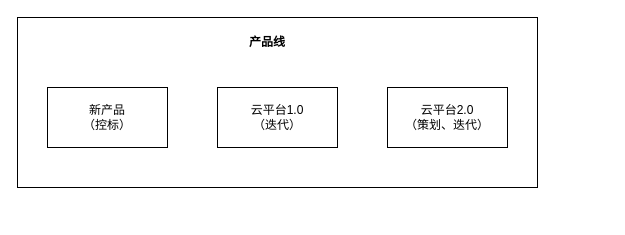
This is page "每个月的规划" (6 of 6) of diagrams/里程.drawio from dengyulong/PublicStore, a draw.io file, before an edit. Source tidied: cells renumbered, new cells numbered last; positions are measured from the earlier drawing's top-left corner, leaving out a move shared by most shapes. Both pictures are drawn from the tidied source at 100%, with x=0, y=0 at pixel (17, 17).
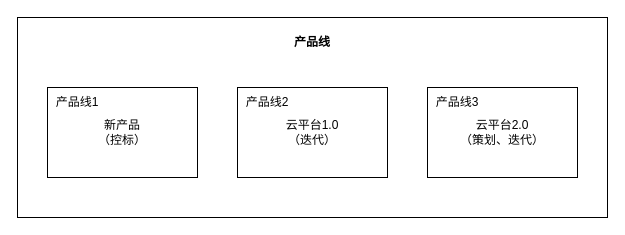
The same page after the edit.

Change to the diagram source:
```diff
@@
 <mxGraphModel>
   <root>
     <mxCell id="0" />
     <mxCell id="1" parent="0" />
     <mxCell id="2" style="rounded=0;whiteSpace=wrap;html=1;" parent="1" vertex="1">
-      <mxGeometry width="520" height="170" as="geometry" />
+      <mxGeometry width="590" height="200" as="geometry" />
     </mxCell>
     <mxCell id="3" value="新产品&lt;br&gt;（控标）" style="rounded=0;whiteSpace=wrap;html=1;" parent="1" vertex="1">
-      <mxGeometry x="30" y="70" width="120" height="60" as="geometry" />
+      <mxGeometry x="30" y="70" width="150" height="90" as="geometry" />
     </mxCell>
     <mxCell id="4" value="云平台1.0&lt;br&gt;（迭代）" style="rounded=0;whiteSpace=wrap;html=1;" parent="1" vertex="1">
-      <mxGeometry x="200" y="70" width="120" height="60" as="geometry" />
+      <mxGeometry x="220" y="70" width="150" height="90" as="geometry" />
     </mxCell>
     <mxCell id="5" value="云平台2.0&lt;br&gt;（策划、迭代）" style="rounded=0;whiteSpace=wrap;html=1;" parent="1" vertex="1">
-      <mxGeometry x="370" y="70" width="120" height="60" as="geometry" />
+      <mxGeometry x="410" y="70" width="150" height="90" as="geometry" />
     </mxCell>
     <mxCell id="6" value="产品线" style="text;html=1;strokeColor=none;fillColor=none;align=center;verticalAlign=middle;whiteSpace=wrap;rounded=0;fontStyle=1;" parent="1" vertex="1">
-      <mxGeometry x="220" y="10" width="60" height="30" as="geometry" />
+      <mxGeometry x="265" y="10" width="60" height="30" as="geometry" />
     </mxCell>
+    <mxCell id="7" value="产品线1" style="text;html=1;strokeColor=none;fillColor=none;align=center;verticalAlign=middle;whiteSpace=wrap;rounded=0;" parent="1" vertex="1">
+      <mxGeometry x="30" y="70" width="60" height="30" as="geometry" />
+    </mxCell>
+    <mxCell id="8" value="产品线2" style="text;html=1;strokeColor=none;fillColor=none;align=center;verticalAlign=middle;whiteSpace=wrap;rounded=0;" parent="1" vertex="1">
+      <mxGeometry x="220" y="70" width="60" height="30" as="geometry" />
+    </mxCell>
+    <mxCell id="9" value="产品线3" style="text;html=1;strokeColor=none;fillColor=none;align=center;verticalAlign=middle;whiteSpace=wrap;rounded=0;" parent="1" vertex="1">
+      <mxGeometry x="410" y="70" width="60" height="30" as="geometry" />
+    </mxCell>
   </root>
 </mxGraphModel>
```
